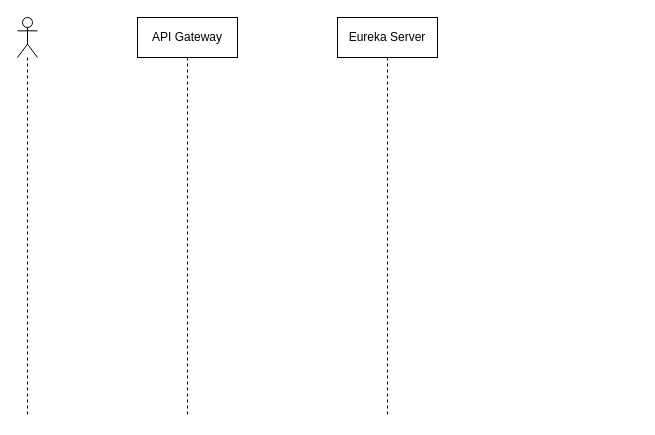
sungwookkim/diagram keeps this draw.io diagram as 제목 없는 다이어그램.drawio. Above is the earlier version. Source tidied: cells renumbered, new cells numbered last; positions are measured from the earlier drawing's top-left corner, leaving out a move shared by most shapes. Both pictures are drawn from the tidied source at 100%, with x=0, y=0 at pixel (17, 17).
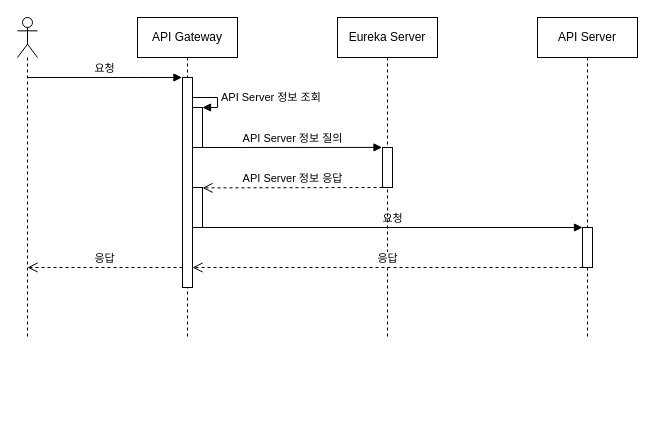
The same diagram, later.

Commit message:
제목 없는 다이어그램.drawio 업데이트

Diff of the diagram source:
```diff
@@
     <mxCell id="2" style="shape=umlLifeline;participant=umlActor;perimeter=lifelinePerimeter;whiteSpace=wrap;html=1;verticalAlign=top;spacingTop=36;labelBackgroundColor=#ffffff;outlineConnect=0;" parent="1" vertex="1">
-      <mxGeometry width="20" height="400" as="geometry" />
+      <mxGeometry width="20" height="320" as="geometry" />
     </mxCell>
     <mxCell id="3" value="API Gateway" style="shape=umlLifeline;perimeter=lifelinePerimeter;whiteSpace=wrap;html=1;" parent="1" vertex="1">
-      <mxGeometry x="120" width="100" height="400" as="geometry" />
+      <mxGeometry x="120" width="100" height="320" as="geometry" />
     </mxCell>
+    <mxCell id="5" style="html=1;points=[];perimeter=orthogonalPerimeter;" parent="3" vertex="1">
+      <mxGeometry x="45" y="60" width="10" height="210" as="geometry" />
+    </mxCell>
+    <mxCell id="6" style="html=1;points=[];perimeter=orthogonalPerimeter;" parent="3" vertex="1">
+      <mxGeometry x="55" y="90" width="10" height="40" as="geometry" />
+    </mxCell>
+    <mxCell id="7" value="API Server 정보 조회" style="edgeStyle=orthogonalEdgeStyle;html=1;align=left;spacingLeft=2;endArrow=block;rounded=0;entryX=1;entryY=0;" parent="3" edge="1" target="6">
+      <mxGeometry relative="1" as="geometry">
+        <mxPoint x="55" y="80" as="sourcePoint" />
+        <Array as="points">
+          <mxPoint x="55" y="80" />
+          <mxPoint x="80" y="80" />
+          <mxPoint x="80" y="90" />
+        </Array>
+      </mxGeometry>
+    </mxCell>
+    <mxCell id="8" style="html=1;points=[];perimeter=orthogonalPerimeter;" parent="3" vertex="1">
+      <mxGeometry x="55" y="170" width="10" height="40" as="geometry" />
+    </mxCell>
+    <mxCell id="9" value="API Server 정보 질의" style="html=1;verticalAlign=bottom;endArrow=block;entryX=-0.048;entryY=-0.002;entryDx=0;entryDy=0;entryPerimeter=0;" parent="3" edge="1" target="11">
+      <mxGeometry relative="1" as="geometry">
+        <mxPoint x="65" y="130" as="sourcePoint" />
+      </mxGeometry>
+    </mxCell>
+    <mxCell id="10" value="요청" style="html=1;verticalAlign=bottom;endArrow=block;" parent="3" edge="1">
+      <mxGeometry relative="1" as="geometry">
+        <mxPoint x="65" y="210" as="sourcePoint" />
+        <mxPoint x="445" y="210" as="targetPoint" />
+      </mxGeometry>
+    </mxCell>
     <mxCell id="4" value="Eureka Server" style="shape=umlLifeline;perimeter=lifelinePerimeter;whiteSpace=wrap;html=1;" parent="1" vertex="1">
-      <mxGeometry x="320" width="100" height="400" as="geometry" />
+      <mxGeometry x="320" width="100" height="320" as="geometry" />
     </mxCell>
+    <mxCell id="11" style="html=1;points=[];perimeter=orthogonalPerimeter;" parent="4" vertex="1">
+      <mxGeometry x="45" y="130" width="10" height="40" as="geometry" />
+    </mxCell>
+    <mxCell id="12" value="API Server" style="shape=umlLifeline;perimeter=lifelinePerimeter;whiteSpace=wrap;html=1;" parent="1" vertex="1">
+      <mxGeometry x="520" width="100" height="320" as="geometry" />
+    </mxCell>
+    <mxCell id="13" style="html=1;perimeter=orthogonalPerimeter;" parent="12" vertex="1">
+      <mxGeometry x="45" y="210" width="10" height="40" as="geometry" />
+    </mxCell>
+    <mxCell id="14" value="요청" style="html=1;verticalAlign=bottom;endArrow=block;entryX=-0.058;entryY=0;entryDx=0;entryDy=0;entryPerimeter=0;" parent="1" edge="1" source="2" target="5">
+      <mxGeometry relative="1" as="geometry">
+        <Array as="points">
+          <mxPoint x="130" y="60" />
+        </Array>
+      </mxGeometry>
+    </mxCell>
+    <mxCell id="15" value="API Server 정보 응답" style="html=1;verticalAlign=bottom;endArrow=open;dashed=1;endSize=8;entryX=1;entryY=0.01;entryDx=0;entryDy=0;entryPerimeter=0;" parent="1" edge="1" target="8">
+      <mxGeometry relative="1" as="geometry">
+        <mxPoint x="365" y="170" as="sourcePoint" />
+      </mxGeometry>
+    </mxCell>
+    <mxCell id="16" value="응답" style="html=1;verticalAlign=bottom;endArrow=open;dashed=1;endSize=8;" parent="1" edge="1" target="5">
+      <mxGeometry relative="1" as="geometry">
+        <mxPoint x="565" y="250" as="sourcePoint" />
+      </mxGeometry>
+    </mxCell>
+    <mxCell id="17" value="응답" style="html=1;verticalAlign=bottom;endArrow=open;dashed=1;endSize=8;" parent="1" edge="1" source="5">
+      <mxGeometry relative="1" as="geometry">
+        <mxPoint x="10" y="250" as="targetPoint" />
+      </mxGeometry>
+    </mxCell>
```
